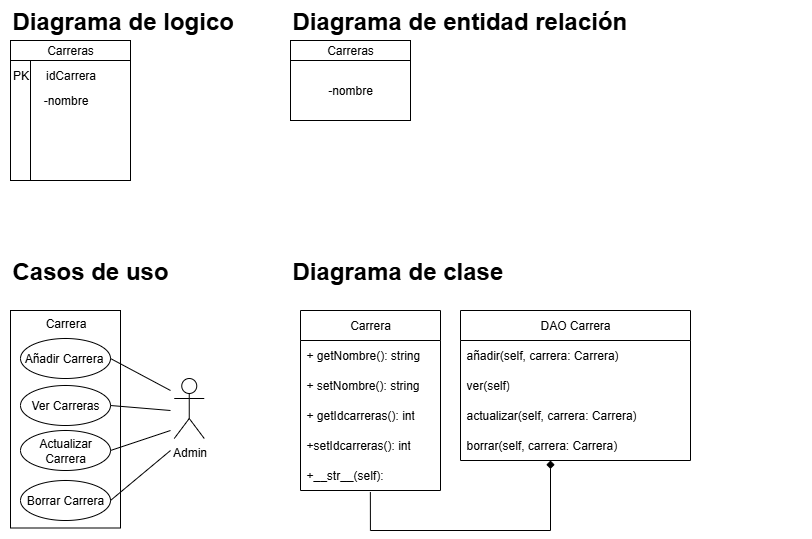
gmichielo/Repos_App_Gestion_Carreras keeps this draw.io diagram as Documentos/Diagramas Ejercicio Carreras.png. Above is the earlier version. Source tidied: cells renumbered, new cells last; positions are measured from the earlier drawing's top-left corner, leaving out a move shared by most shapes. Its diagram source:
```xml
<mxGraphModel>
  <root>
    <mxCell id="0" />
    <mxCell id="1" parent="0" />
    <mxCell id="2" value="&lt;h1 style=&quot;margin-top: 0px;&quot;&gt;Diagrama de entidad relación&lt;/h1&gt;" style="text;html=1;whiteSpace=wrap;overflow=hidden;rounded=0;" parent="1" vertex="1">
      <mxGeometry x="334" width="350" height="40" as="geometry" />
    </mxCell>
    <mxCell id="3" value="Carreras" style="rounded=0;whiteSpace=wrap;html=1;" parent="1" vertex="1">
      <mxGeometry x="334" y="40" width="120" height="20" as="geometry" />
    </mxCell>
    <mxCell id="4" style="edgeStyle=orthogonalEdgeStyle;rounded=0;orthogonalLoop=1;jettySize=auto;html=1;exitX=0.5;exitY=1;exitDx=0;exitDy=0;" parent="1" edge="1" source="3" target="3">
      <mxGeometry relative="1" as="geometry" />
    </mxCell>
    <mxCell id="5" value="-nombre" style="rounded=0;whiteSpace=wrap;html=1;" parent="1" vertex="1">
      <mxGeometry x="334" y="60" width="120" height="60" as="geometry" />
    </mxCell>
    <mxCell id="6" value="&lt;h1 style=&quot;margin-top: 0px;&quot;&gt;Diagrama de logico&lt;/h1&gt;" style="text;html=1;whiteSpace=wrap;overflow=hidden;rounded=0;" parent="1" vertex="1">
      <mxGeometry x="54" width="350" height="40" as="geometry" />
    </mxCell>
    <mxCell id="7" style="shape=internalStorage;whiteSpace=wrap;html=1;backgroundOutline=1;" parent="1" vertex="1">
      <mxGeometry x="54" y="40" width="120" height="140" as="geometry" />
    </mxCell>
    <mxCell id="8" value="&lt;div style=&quot;text-wrap-mode: wrap;&quot;&gt;PK&lt;/div&gt;" style="text;html=1;align=center;verticalAlign=middle;strokeColor=none;fillColor=none;" parent="1" vertex="1">
      <mxGeometry x="44" y="60" width="40" height="30" as="geometry" />
    </mxCell>
    <mxCell id="9" value="&lt;span style=&quot;text-wrap-mode: wrap;&quot;&gt;idCarrera&lt;/span&gt;" style="text;html=1;align=center;verticalAlign=middle;strokeColor=none;fillColor=none;" parent="1" vertex="1">
      <mxGeometry x="79" y="60" width="70" height="30" as="geometry" />
    </mxCell>
    <mxCell id="10" value="-nombre" style="text;html=1;align=center;verticalAlign=middle;strokeColor=none;fillColor=none;" parent="1" vertex="1">
      <mxGeometry x="74" y="85" width="70" height="30" as="geometry" />
    </mxCell>
    <mxCell id="11" value="Carreras" style="rounded=0;whiteSpace=wrap;html=1;" parent="1" vertex="1">
      <mxGeometry x="54" y="40" width="120" height="20" as="geometry" />
    </mxCell>
    <mxCell id="12" style="endArrow=none;dashed=1;html=1;dashPattern=1 3;strokeWidth=2;rounded=0;" parent="1" edge="1">
      <mxGeometry relative="1" as="geometry">
        <mxPoint x="74" y="220" as="sourcePoint" />
        <mxPoint x="74" y="220" as="targetPoint" />
      </mxGeometry>
    </mxCell>
    <mxCell id="13" style="rounded=0;whiteSpace=wrap;html=1;rotation=90;" parent="1" vertex="1">
      <mxGeometry x="0.2" y="363.8" width="217.5" height="110" as="geometry" />
    </mxCell>
    <mxCell id="14" value="Carrera" style="text;html=1;align=center;verticalAlign=middle;strokeColor=none;fillColor=none;" parent="1" vertex="1">
      <mxGeometry x="79" y="308" width="60" height="30" as="geometry" />
    </mxCell>
    <mxCell id="15" style="ellipse;whiteSpace=wrap;html=1;" parent="1" vertex="1">
      <mxGeometry x="64" y="338" width="90" height="40" as="geometry" />
    </mxCell>
    <mxCell id="16" value="Añadir Carrera" style="text;html=1;align=center;verticalAlign=middle;strokeColor=none;fillColor=none;" parent="1" vertex="1">
      <mxGeometry x="56.5" y="343" width="100" height="30" as="geometry" />
    </mxCell>
    <mxCell id="17" value="Ver Carreras" style="ellipse;whiteSpace=wrap;html=1;" parent="1" vertex="1">
      <mxGeometry x="64" y="385" width="90" height="40" as="geometry" />
    </mxCell>
    <mxCell id="18" value="Actualizar Carrera" style="ellipse;whiteSpace=wrap;html=1;" parent="1" vertex="1">
      <mxGeometry x="64" y="430" width="90" height="40" as="geometry" />
    </mxCell>
    <mxCell id="19" value="Borrar Carrera" style="ellipse;whiteSpace=wrap;html=1;" parent="1" vertex="1">
      <mxGeometry x="64" y="480" width="90" height="40" as="geometry" />
    </mxCell>
    <mxCell id="20" value="&lt;h1 style=&quot;margin-top: 0px;&quot;&gt;Casos de uso&lt;/h1&gt;" style="text;html=1;whiteSpace=wrap;overflow=hidden;rounded=0;" parent="1" vertex="1">
      <mxGeometry x="54" y="250" width="350" height="40" as="geometry" />
    </mxCell>
    <mxCell id="21" value="&lt;h1 style=&quot;margin-top: 0px;&quot;&gt;Diagrama de clase&lt;/h1&gt;" style="text;html=1;whiteSpace=wrap;overflow=hidden;rounded=0;" parent="1" vertex="1">
      <mxGeometry x="334" y="250" width="350" height="40" as="geometry" />
    </mxCell>
    <mxCell id="22" value="Carrera" style="swimlane;fontStyle=0;horizontal=1;startSize=30;whiteSpace=wrap;html=1;" parent="1" vertex="1">
      <mxGeometry x="344" y="310" width="140" height="180" as="geometry" />
    </mxCell>
    <mxCell id="23" value="+ getNombre(): string" style="text;strokeColor=none;fillColor=none;align=left;verticalAlign=middle;spacingLeft=4;spacingRight=4;overflow=hidden;whiteSpace=wrap;html=1;" parent="22" vertex="1">
      <mxGeometry y="30" width="140" height="30" as="geometry" />
    </mxCell>
    <mxCell id="24" value="+ setNombre(): string" style="text;strokeColor=none;fillColor=none;align=left;verticalAlign=middle;spacingLeft=4;spacingRight=4;overflow=hidden;whiteSpace=wrap;html=1;" parent="22" vertex="1">
      <mxGeometry y="60" width="140" height="30" as="geometry" />
    </mxCell>
    <mxCell id="25" value="+ getIdcarreras(): int" style="text;strokeColor=none;fillColor=none;align=left;verticalAlign=middle;spacingLeft=4;spacingRight=4;overflow=hidden;whiteSpace=wrap;html=1;" parent="22" vertex="1">
      <mxGeometry y="90" width="140" height="30" as="geometry" />
    </mxCell>
    <mxCell id="26" value="+setIdcarreras(): int" style="text;strokeColor=none;fillColor=none;align=left;verticalAlign=middle;spacingLeft=4;spacingRight=4;overflow=hidden;whiteSpace=wrap;html=1;" parent="22" vertex="1">
      <mxGeometry y="120" width="140" height="30" as="geometry" />
    </mxCell>
    <mxCell id="27" value="+__str__(self):" style="text;strokeColor=none;fillColor=none;align=left;verticalAlign=middle;spacingLeft=4;spacingRight=4;overflow=hidden;points=[[0,0.5],[1,0.5]];portConstraint=eastwest;whiteSpace=wrap;html=1;" parent="22" vertex="1">
      <mxGeometry y="150" width="140" height="30" as="geometry" />
    </mxCell>
    <mxCell id="28" value="Admin" style="shape=umlActor;verticalLabelPosition=bottom;verticalAlign=top;html=1;" parent="1" vertex="1">
      <mxGeometry x="217.8" y="378" width="30" height="60" as="geometry" />
    </mxCell>
    <mxCell id="29" style="endArrow=none;html=1;rounded=0;entryX=1;entryY=0.5;entryDx=0;entryDy=0;" parent="1" edge="1" target="15">
      <mxGeometry relative="1" as="geometry">
        <mxPoint x="214" y="390" as="sourcePoint" />
      </mxGeometry>
    </mxCell>
    <mxCell id="30" style="endArrow=none;html=1;rounded=0;exitX=1;exitY=0.5;exitDx=0;exitDy=0;" parent="1" edge="1" source="17">
      <mxGeometry relative="1" as="geometry">
        <mxPoint x="214" y="410" as="targetPoint" />
      </mxGeometry>
    </mxCell>
    <mxCell id="31" style="endArrow=none;html=1;rounded=0;exitX=1;exitY=0.5;exitDx=0;exitDy=0;" parent="1" edge="1" source="18">
      <mxGeometry relative="1" as="geometry">
        <mxPoint x="214" y="430" as="targetPoint" />
      </mxGeometry>
    </mxCell>
    <mxCell id="32" style="endArrow=none;html=1;rounded=0;exitX=1;exitY=0.5;exitDx=0;exitDy=0;" parent="1" edge="1">
      <mxGeometry relative="1" as="geometry">
        <mxPoint x="154" y="500" as="sourcePoint" />
        <mxPoint x="214" y="450" as="targetPoint" />
      </mxGeometry>
    </mxCell>
    <mxCell id="33" style="edgeStyle=orthogonalEdgeStyle;rounded=0;jettySize=auto;html=1;entryX=0.499;entryY=1.049;entryDx=0;entryDy=0;entryPerimeter=0;endArrow=none;endFill=0;startArrow=diamond;startFill=1;" parent="1" edge="1" source="34" target="27">
      <mxGeometry relative="1" as="geometry">
        <Array as="points">
          <mxPoint x="594" y="530" />
          <mxPoint x="414" y="530" />
        </Array>
      </mxGeometry>
    </mxCell>
    <mxCell id="34" value="DAO Carrera" style="swimlane;fontStyle=0;horizontal=1;startSize=30;whiteSpace=wrap;html=1;" parent="1" vertex="1">
      <mxGeometry x="504" y="310" width="230" height="150" as="geometry" />
    </mxCell>
    <mxCell id="35" value="añadir(self, carrera: Carrera)" style="text;strokeColor=none;fillColor=none;align=left;verticalAlign=middle;spacingLeft=4;spacingRight=4;overflow=hidden;whiteSpace=wrap;html=1;" parent="34" vertex="1">
      <mxGeometry y="30" width="230" height="30" as="geometry" />
    </mxCell>
    <mxCell id="36" value="ver(self)" style="text;strokeColor=none;fillColor=none;align=left;verticalAlign=middle;spacingLeft=4;spacingRight=4;overflow=hidden;whiteSpace=wrap;html=1;" parent="34" vertex="1">
      <mxGeometry y="60" width="230" height="30" as="geometry" />
    </mxCell>
    <mxCell id="37" value="actualizar(self, carrera: Carrera)" style="text;strokeColor=none;fillColor=none;align=left;verticalAlign=middle;spacingLeft=4;spacingRight=4;overflow=hidden;whiteSpace=wrap;html=1;" parent="34" vertex="1">
      <mxGeometry y="90" width="230" height="30" as="geometry" />
    </mxCell>
    <mxCell id="38" value="borrar(self, carrera: Carrera)" style="text;strokeColor=none;fillColor=none;align=left;verticalAlign=middle;spacingLeft=4;spacingRight=4;overflow=hidden;points=[[0,0.5],[1,0.5]];portConstraint=eastwest;whiteSpace=wrap;html=1;" parent="34" vertex="1">
      <mxGeometry y="120" width="230" height="30" as="geometry" />
    </mxCell>
    <mxCell id="39" style="endArrow=none;html=1;rounded=0;" parent="1" edge="1">
      <mxGeometry relative="1" as="geometry">
        <mxPoint x="854" y="370" as="sourcePoint" />
        <mxPoint x="854" y="370" as="targetPoint" />
        <Array as="points">
          <mxPoint x="854" y="370" />
        </Array>
      </mxGeometry>
    </mxCell>
  </root>
</mxGraphModel>
```
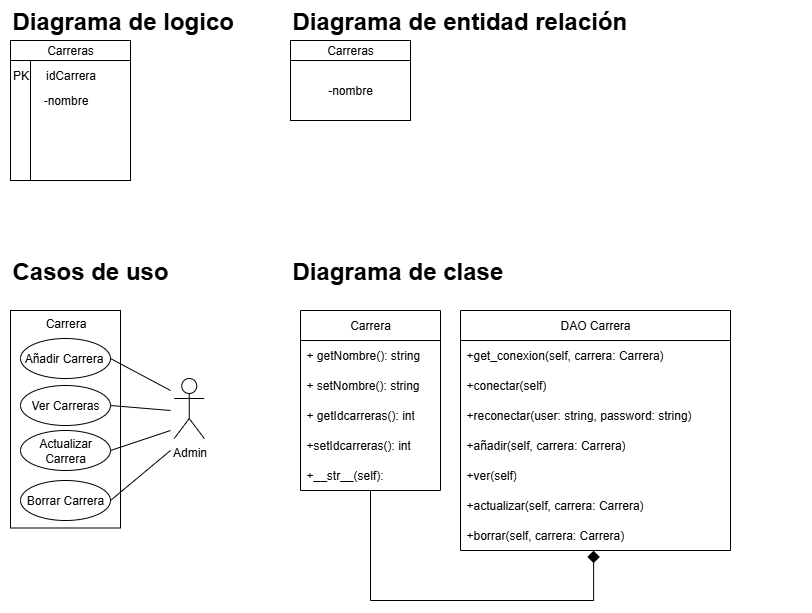
Later version of the same file.

Commit message:
Cambios en diagramas

What changed in the source:
```diff
@@ -107,28 +107,29 @@
         <mxPoint x="214" y="450" as="targetPoint" />
       </mxGeometry>
     </mxCell>
-    <mxCell id="33" style="edgeStyle=orthogonalEdgeStyle;rounded=0;jettySize=auto;html=1;entryX=0.499;entryY=1.049;entryDx=0;entryDy=0;entryPerimeter=0;endArrow=none;endFill=0;startArrow=diamond;startFill=1;" parent="1" edge="1" source="34" target="27">
-      <mxGeometry relative="1" as="geometry">
-        <Array as="points">
-          <mxPoint x="594" y="530" />
-          <mxPoint x="414" y="530" />
-        </Array>
-      </mxGeometry>
-    </mxCell>
     <mxCell id="34" value="DAO Carrera" style="swimlane;fontStyle=0;horizontal=1;startSize=30;whiteSpace=wrap;html=1;" parent="1" vertex="1">
-      <mxGeometry x="504" y="310" width="230" height="150" as="geometry" />
+      <mxGeometry x="504" y="310" width="270" height="240" as="geometry" />
     </mxCell>
+    <mxCell id="40" value="+get_conexion(self, carrera: Carrera)" style="text;strokeColor=none;fillColor=none;align=left;verticalAlign=middle;spacingLeft=4;spacingRight=4;overflow=hidden;whiteSpace=wrap;html=1;" parent="34" vertex="1">
+      <mxGeometry y="30" width="270" height="30" as="geometry" />
+    </mxCell>
+    <mxCell id="41" value="+conectar(self)" style="text;strokeColor=none;fillColor=none;align=left;verticalAlign=middle;spacingLeft=4;spacingRight=4;overflow=hidden;whiteSpace=wrap;html=1;" parent="34" vertex="1">
+      <mxGeometry y="60" width="270" height="30" as="geometry" />
+    </mxCell>
+    <mxCell id="42" value="+reconectar(user: string, password: string)" style="text;strokeColor=none;fillColor=none;align=left;verticalAlign=middle;spacingLeft=4;spacingRight=4;overflow=hidden;whiteSpace=wrap;html=1;" parent="34" vertex="1">
+      <mxGeometry y="90" width="270" height="30" as="geometry" />
+    </mxCell>
-    <mxCell id="35" value="añadir(self, carrera: Carrera)" style="text;strokeColor=none;fillColor=none;align=left;verticalAlign=middle;spacingLeft=4;spacingRight=4;overflow=hidden;whiteSpace=wrap;html=1;" parent="34" vertex="1">
-      <mxGeometry y="30" width="230" height="30" as="geometry" />
+    <mxCell id="35" value="+añadir(self, carrera: Carrera)" style="text;strokeColor=none;fillColor=none;align=left;verticalAlign=middle;spacingLeft=4;spacingRight=4;overflow=hidden;whiteSpace=wrap;html=1;" parent="34" vertex="1">
+      <mxGeometry y="120" width="270" height="30" as="geometry" />
     </mxCell>
-    <mxCell id="36" value="ver(self)" style="text;strokeColor=none;fillColor=none;align=left;verticalAlign=middle;spacingLeft=4;spacingRight=4;overflow=hidden;whiteSpace=wrap;html=1;" parent="34" vertex="1">
-      <mxGeometry y="60" width="230" height="30" as="geometry" />
+    <mxCell id="36" value="+ver(self)" style="text;strokeColor=none;fillColor=none;align=left;verticalAlign=middle;spacingLeft=4;spacingRight=4;overflow=hidden;whiteSpace=wrap;html=1;" parent="34" vertex="1">
+      <mxGeometry y="150" width="270" height="30" as="geometry" />
     </mxCell>
-    <mxCell id="37" value="actualizar(self, carrera: Carrera)" style="text;strokeColor=none;fillColor=none;align=left;verticalAlign=middle;spacingLeft=4;spacingRight=4;overflow=hidden;whiteSpace=wrap;html=1;" parent="34" vertex="1">
-      <mxGeometry y="90" width="230" height="30" as="geometry" />
+    <mxCell id="37" value="+actualizar(self, carrera: Carrera)" style="text;strokeColor=none;fillColor=none;align=left;verticalAlign=middle;spacingLeft=4;spacingRight=4;overflow=hidden;whiteSpace=wrap;html=1;" parent="34" vertex="1">
+      <mxGeometry y="180" width="270" height="30" as="geometry" />
     </mxCell>
-    <mxCell id="38" value="borrar(self, carrera: Carrera)" style="text;strokeColor=none;fillColor=none;align=left;verticalAlign=middle;spacingLeft=4;spacingRight=4;overflow=hidden;points=[[0,0.5],[1,0.5]];portConstraint=eastwest;whiteSpace=wrap;html=1;" parent="34" vertex="1">
-      <mxGeometry y="120" width="230" height="30" as="geometry" />
+    <mxCell id="38" value="+borrar(self, carrera: Carrera)" style="text;strokeColor=none;fillColor=none;align=left;verticalAlign=middle;spacingLeft=4;spacingRight=4;overflow=hidden;points=[[0,0.5],[1,0.5]];portConstraint=eastwest;whiteSpace=wrap;html=1;" parent="34" vertex="1">
+      <mxGeometry y="210" width="270" height="30" as="geometry" />
     </mxCell>
     <mxCell id="39" style="endArrow=none;html=1;rounded=0;" parent="1" edge="1">
       <mxGeometry relative="1" as="geometry">
@@ -139,5 +140,13 @@
         </Array>
       </mxGeometry>
     </mxCell>
+    <mxCell id="43" style="edgeStyle=orthogonalEdgeStyle;rounded=0;jettySize=auto;html=1;entryX=0.493;entryY=1.007;entryDx=0;entryDy=0;entryPerimeter=0;endArrow=diamond;endFill=1;endSize=10;" parent="1" edge="1" source="22" target="38">
+      <mxGeometry relative="1" as="geometry">
+        <Array as="points">
+          <mxPoint x="414" y="600" />
+          <mxPoint x="637" y="600" />
+        </Array>
+      </mxGeometry>
+    </mxCell>
   </root>
 </mxGraphModel>
```
